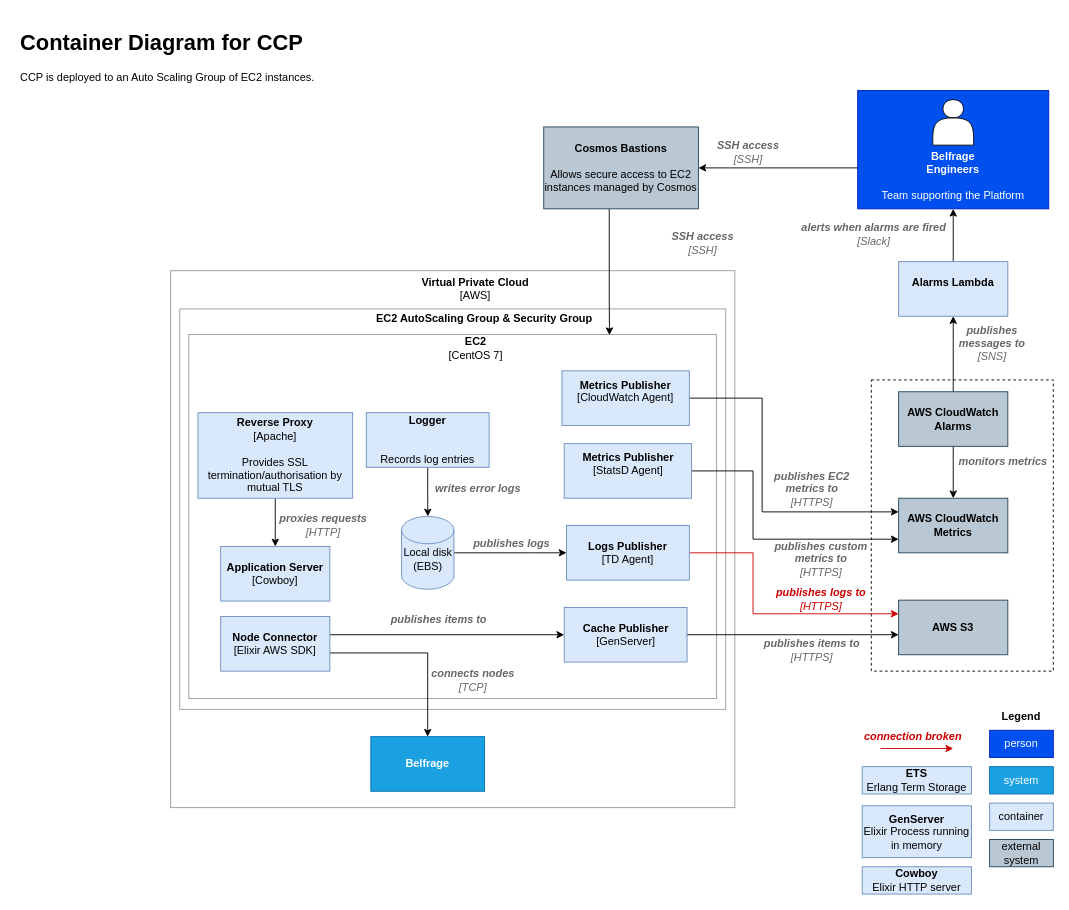
Earlier version of the draw.io diagram docs/source/architecture/c4-level-2-ccp.drawio (tracy-o/learning-day). Source tidied: cells renumbered, new cells numbered last; positions are measured from the earlier drawing's top-left corner, leaving out a move shared by most shapes. Both pictures are drawn from the tidied source at 91%, with x=0, y=0 at pixel (15, 25).
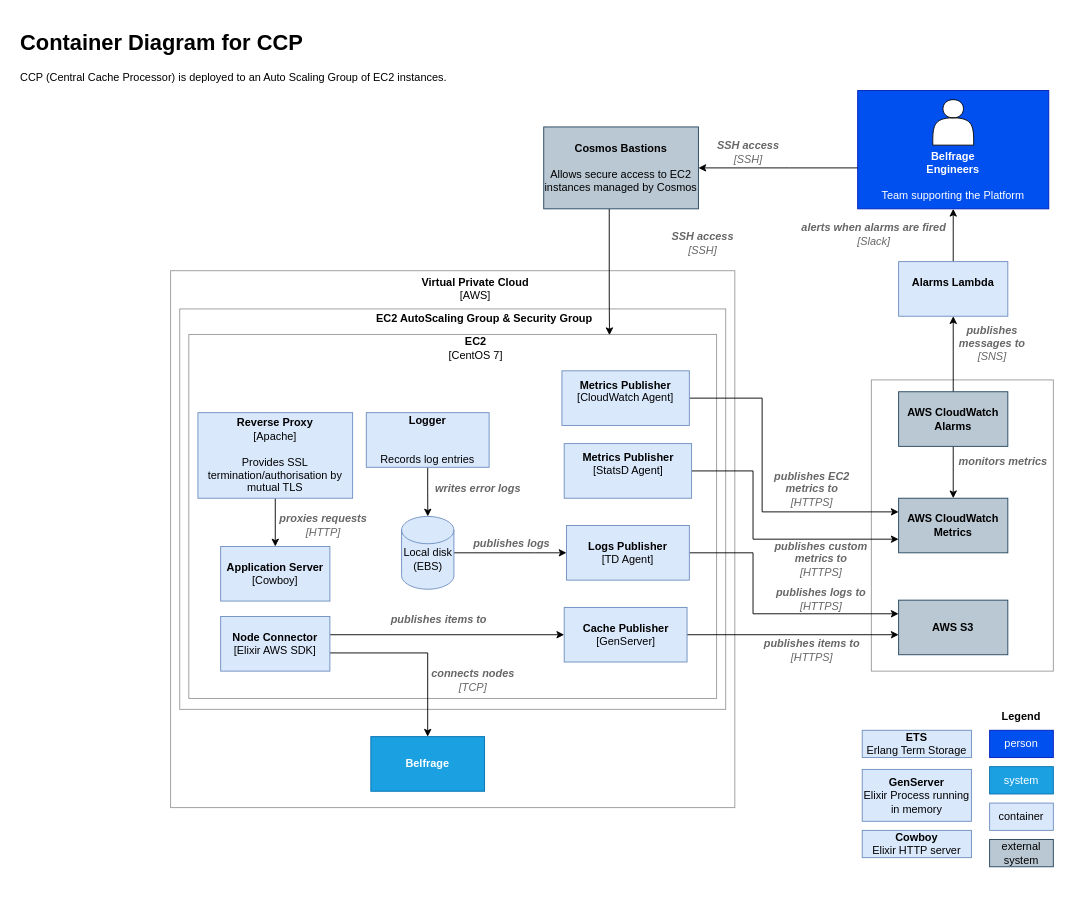
The same page after the edit.

Commit message (it also covers changes not shown here):
Correct CCP naming and add link to AWS on level1 C4 diagram

Unchanged cells that the change refers to:
```xml
<mxCell id="9" value="&lt;b&gt;AWS S3&lt;/b&gt;" style="rounded=0;whiteSpace=wrap;html=1;fillColor=#bac8d3;strokeColor=#23445d;" parent="1" vertex="1">
  <mxGeometry x="970" y="632" width="120" height="60" as="geometry" />
</mxCell>
<mxCell id="24" value="&lt;b&gt;Logs Publisher&lt;/b&gt;&lt;br&gt;[TD Agent]" style="rounded=0;whiteSpace=wrap;html=1;fillColor=#dae8fc;strokeColor=#6c8ebf;" parent="1" vertex="1">
  <mxGeometry x="605" y="550" width="135" height="60" as="geometry" />
</mxCell>
```

Diff of the diagram source:
```diff
@@
-    <mxCell id="5" value="&lt;h1&gt;Container Diagram for CCP&lt;/h1&gt;&lt;p&gt;CCP is deployed to an Auto Scaling Group of EC2 instances.&lt;br&gt;&lt;/p&gt;" style="text;html=1;strokeColor=none;fillColor=none;spacing=5;spacingTop=-20;whiteSpace=wrap;overflow=hidden;rounded=0;" parent="1" vertex="1">
+    <mxCell id="5" value="&lt;h1&gt;Container Diagram for CCP&lt;/h1&gt;&lt;p&gt;CCP (Central Cache Processor) is deployed to an Auto Scaling Group of EC2 instances.&lt;br&gt;&lt;/p&gt;" style="text;html=1;strokeColor=none;fillColor=none;spacing=5;spacingTop=-20;whiteSpace=wrap;overflow=hidden;rounded=0;" parent="1" vertex="1">
       <mxGeometry width="560" height="90" as="geometry" />
     </mxCell>
@@
-    <mxCell id="8" style="rounded=0;whiteSpace=wrap;html=1;fillColor=none;dashed=1;" parent="1" vertex="1">
+    <mxCell id="8" style="rounded=0;whiteSpace=wrap;html=1;fillColor=none;strokeColor=#999999;" parent="1" vertex="1">
       <mxGeometry x="940" y="390" width="200" height="320" as="geometry" />
     </mxCell>
@@
-    <mxCell id="23" style="edgeStyle=orthogonalEdgeStyle;rounded=0;jettySize=auto;html=1;entryX=0;entryY=0.25;entryDx=0;entryDy=0;strokeColor=#CC0000;" parent="1" edge="1" source="24" target="9">
+    <mxCell id="23" style="edgeStyle=orthogonalEdgeStyle;rounded=0;jettySize=auto;html=1;entryX=0;entryY=0.25;entryDx=0;entryDy=0;" parent="1" edge="1" source="24" target="9">
       <mxGeometry relative="1" as="geometry">
         <Array as="points">
           <mxPoint x="810" y="580" />
           <mxPoint x="810" y="647" />
         </Array>
       </mxGeometry>
     </mxCell>
@@
-    <mxCell id="30" value="&lt;i&gt;&lt;font color=&quot;#cc0000&quot;&gt;&lt;b&gt;publishes logs to&lt;/b&gt;&lt;br&gt;[HTTPS]&lt;/font&gt;&lt;br&gt;&lt;/i&gt;" style="text;html=1;strokeColor=none;fillColor=none;align=center;verticalAlign=middle;whiteSpace=wrap;rounded=0;" parent="1" vertex="1">
+    <mxCell id="30" value="&lt;i&gt;&lt;font color=&quot;#666666&quot;&gt;&lt;b&gt;publishes logs to&lt;/b&gt;&lt;br&gt;[HTTPS]&lt;/font&gt;&lt;br&gt;&lt;/i&gt;" style="text;html=1;strokeColor=none;fillColor=none;align=center;verticalAlign=middle;whiteSpace=wrap;rounded=0;" parent="1" vertex="1">
       <mxGeometry x="830" y="621" width="110" height="20" as="geometry" />
     </mxCell>
@@
     <mxCell id="41" value="&lt;b&gt;ETS&lt;/b&gt;&lt;br&gt;Erlang Term Storage" style="rounded=0;whiteSpace=wrap;html=1;fillColor=#dae8fc;strokeColor=#6c8ebf;" parent="1" vertex="1">
-      <mxGeometry x="930" y="815" width="120" height="30" as="geometry" />
+      <mxGeometry x="930" y="775" width="120" height="30" as="geometry" />
     </mxCell>
@@
     <mxCell id="46" value="&lt;b&gt;GenServer&lt;/b&gt;&lt;br&gt;Elixir Process running in memory" style="rounded=0;whiteSpace=wrap;html=1;fillColor=#dae8fc;strokeColor=#6c8ebf;" parent="1" vertex="1">
-      <mxGeometry x="930" y="858" width="120" height="57" as="geometry" />
+      <mxGeometry x="930" y="818" width="120" height="57" as="geometry" />
     </mxCell>
@@
     <mxCell id="50" value="&lt;b&gt;Cowboy&lt;/b&gt;&lt;br&gt;Elixir HTTP server" style="rounded=0;whiteSpace=wrap;html=1;fillColor=#dae8fc;strokeColor=#6c8ebf;" parent="1" vertex="1">
-      <mxGeometry x="930" y="925" width="120" height="30" as="geometry" />
+      <mxGeometry x="930" y="885" width="120" height="30" as="geometry" />
     </mxCell>
@@
-    <mxCell id="54" style="endArrow=classic;html=1;strokeColor=#CC0000;" parent="1" edge="1">
-      <mxGeometry relative="1" as="geometry">
-        <mxPoint x="950" y="795" as="sourcePoint" />
-        <mxPoint x="1030" y="795" as="targetPoint" />
-      </mxGeometry>
-    </mxCell>
@@
-    <mxCell id="65" value="&lt;i&gt;&lt;b&gt;&lt;font color=&quot;#cc0000&quot;&gt;connection broken&lt;/font&gt;&lt;/b&gt;&lt;br&gt;&lt;/i&gt;" style="text;html=1;strokeColor=none;fillColor=none;align=center;verticalAlign=middle;whiteSpace=wrap;rounded=0;" parent="1" vertex="1">
-      <mxGeometry x="931" y="772" width="110" height="20" as="geometry" />
-    </mxCell>
```
